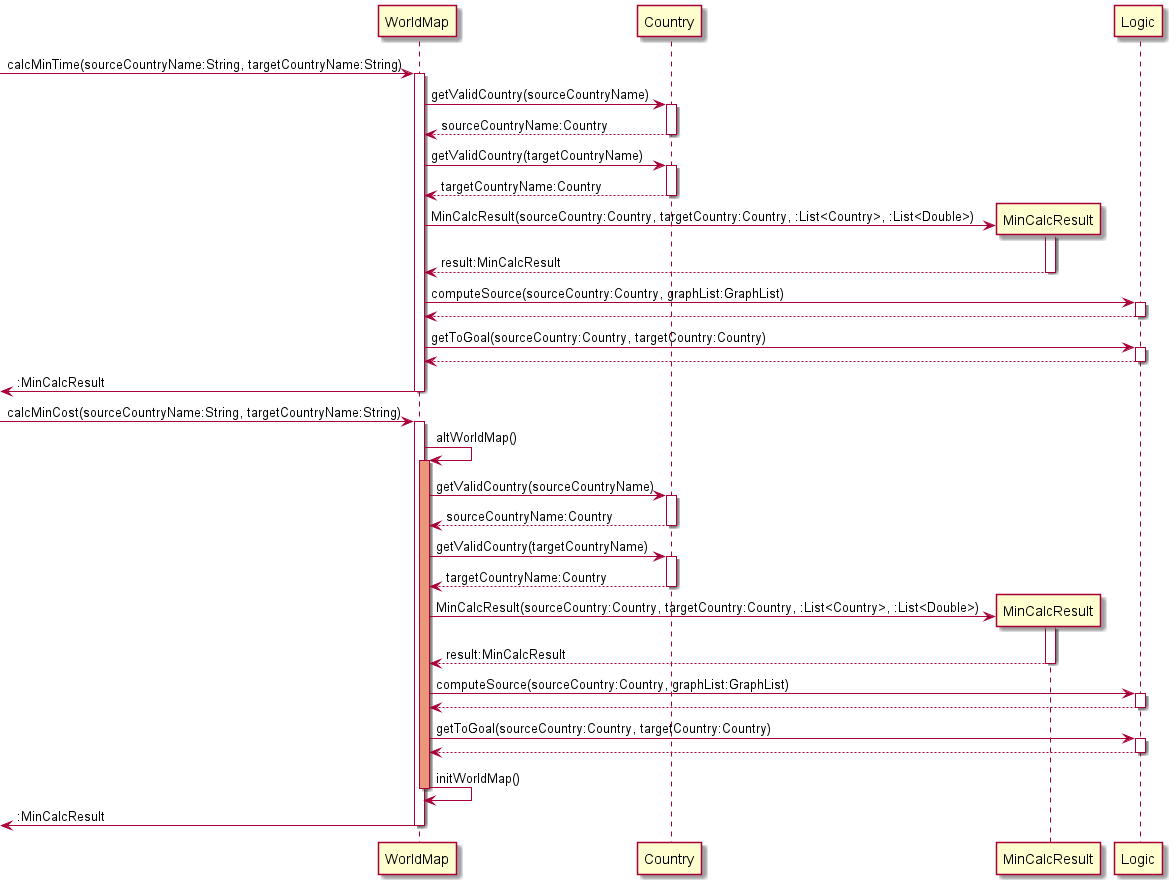
Before: docs/documentationPics/worldmap2.2.png, a diagram exported from PlantUML (nus-cs2113-AY2122S1/tp).
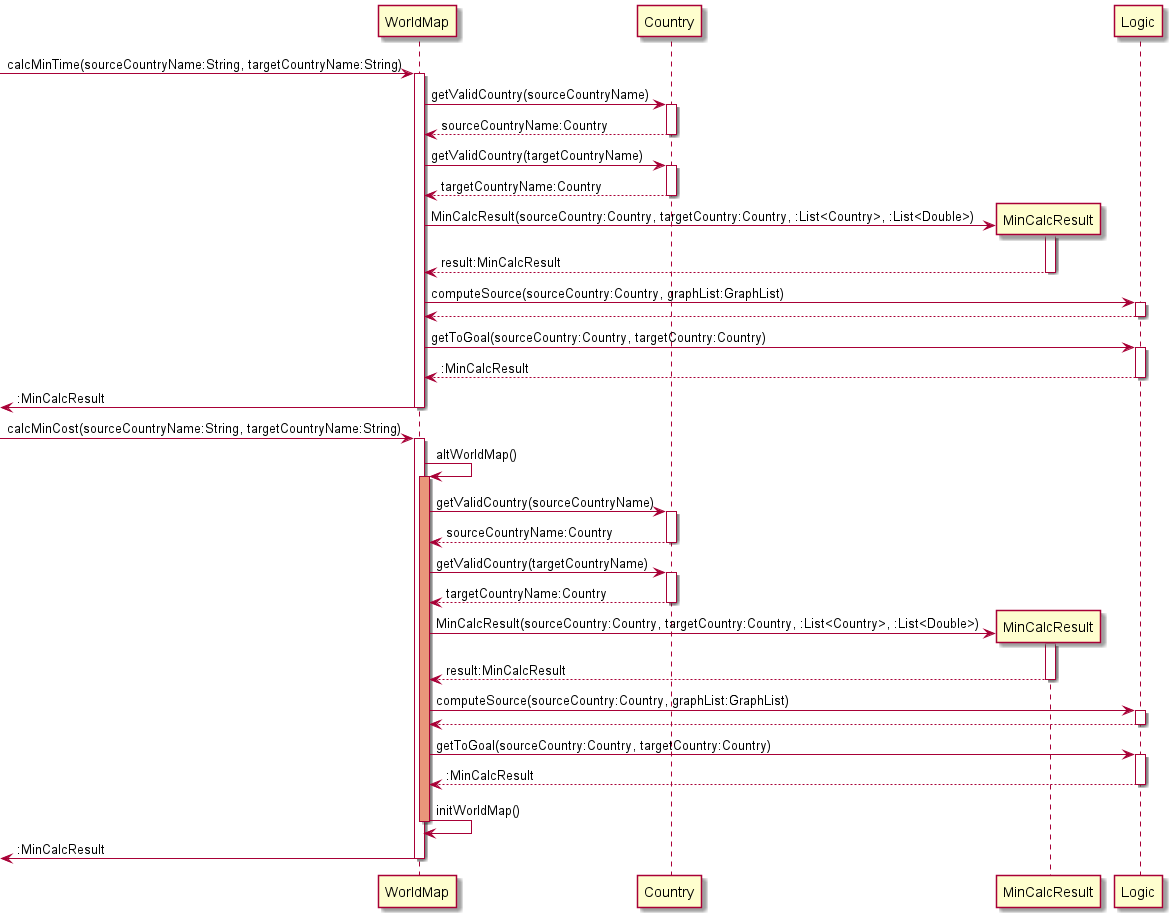
Above is the later version.

The edit, as a diff of the source:
```diff
@@ -1,7 +1,4 @@
 @startuml
-
-
-
 
 
 
@@ -30,7 +27,7 @@
 
 WorldMap -> Logic: getToGoal(sourceCountry:Country, targetCountry:Country)
 activate Logic
-Logic --> WorldMap
+Logic --> WorldMap: :MinCalcResult
 deactivate Logic
 
 <- WorldMap : :MinCalcResult
@@ -65,7 +62,7 @@
 
 WorldMap -> Logic: getToGoal(sourceCountry:Country, targetCountry:Country)
 activate Logic
-Logic --> WorldMap
+Logic --> WorldMap: :MinCalcResult
 deactivate Logic
 
 WorldMap -> WorldMap: initWorldMap()
```
